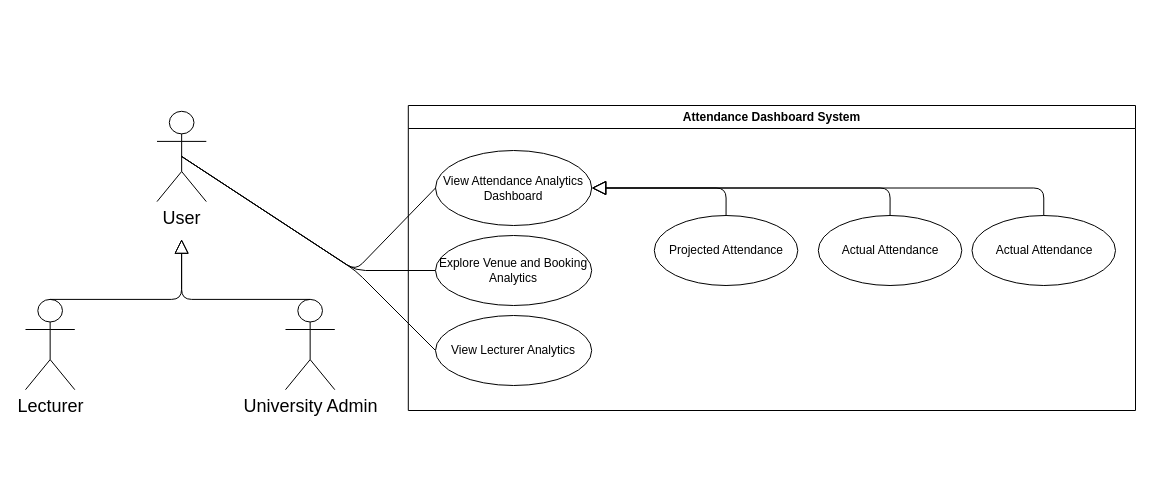
Before: page "Analytics_Dashboard" (8 of 16) of docs/diagrams/requirements/Requirements.drawio in COS301-SE-2026/UMTAS, a draw.io diagram. Source tidied: cells renumbered, new cells numbered last; positions are measured from the earlier drawing's top-left corner, leaving out a move shared by most shapes. Both pictures are drawn from the tidied source at 100%, with x=0, y=0 at pixel (25, 105).
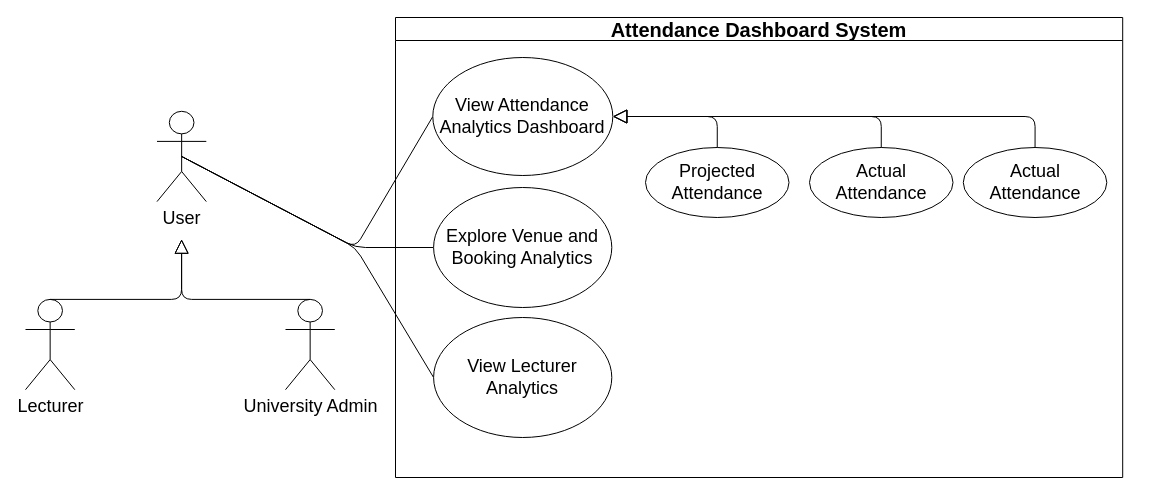
After the change.

Diff of the diagram source:
```diff
@@
-    <mxCell id="2" style="group;" parent="1" vertex="1">
-      <mxGeometry width="1110" height="305" as="geometry" />
-    </mxCell>
+    <mxCell id="21" style="group;" parent="1" vertex="1">
+      <mxGeometry y="-88" width="1097.2" height="460" as="geometry" />
+    </mxCell>
-    <mxCell id="3" style="endArrow=none;html=1;exitX=0.5;exitY=0.5;exitDx=0;exitDy=0;exitPerimeter=0;entryX=0;entryY=0.5;entryDx=0;entryDy=0;" parent="2" edge="1" source="6" target="13">
+    <mxCell id="3" style="endArrow=none;html=1;exitX=0.5;exitY=0.5;exitDx=0;exitDy=0;exitPerimeter=0;entryX=0;entryY=0.5;entryDx=0;entryDy=0;" parent="21" edge="1" source="6" target="13">
       <mxGeometry relative="1" as="geometry">
         <Array as="points">
-          <mxPoint x="330" y="165" />
+          <mxPoint x="330" y="230" />
         </Array>
       </mxGeometry>
     </mxCell>
-    <mxCell id="4" style="endArrow=none;html=1;exitX=0.5;exitY=0.5;exitDx=0;exitDy=0;exitPerimeter=0;entryX=0;entryY=0.5;entryDx=0;entryDy=0;" parent="2" edge="1" source="6" target="12">
+    <mxCell id="4" style="endArrow=none;html=1;exitX=0.5;exitY=0.5;exitDx=0;exitDy=0;exitPerimeter=0;entryX=0;entryY=0.5;entryDx=0;entryDy=0;" parent="21" edge="1" source="6" target="12">
       <mxGeometry relative="1" as="geometry">
         <Array as="points">
-          <mxPoint x="330" y="165" />
+          <mxPoint x="330" y="230" />
         </Array>
       </mxGeometry>
     </mxCell>
-    <mxCell id="5" style="endArrow=none;html=1;exitX=0.5;exitY=0.5;exitDx=0;exitDy=0;exitPerimeter=0;entryX=0;entryY=0.5;entryDx=0;entryDy=0;" parent="2" edge="1" source="6" target="14">
+    <mxCell id="5" style="endArrow=none;html=1;exitX=0.5;exitY=0.5;exitDx=0;exitDy=0;exitPerimeter=0;entryX=0;entryY=0.5;entryDx=0;entryDy=0;" parent="21" edge="1" source="6" target="14">
       <mxGeometry relative="1" as="geometry">
         <Array as="points">
-          <mxPoint x="330" y="165" />
+          <mxPoint x="330" y="230" />
         </Array>
       </mxGeometry>
     </mxCell>
-    <mxCell id="6" value="&lt;font style=&quot;font-size: 18px;&quot;&gt;User&lt;/font&gt;" style="shape=umlActor;verticalLabelPosition=bottom;verticalAlign=top;html=1;outlineConnect=0;" parent="2" vertex="1">
-      <mxGeometry x="131.5" y="5.8" width="49.3" height="90.3" as="geometry" />
+    <mxCell id="6" value="&lt;font style=&quot;font-size: 18px;&quot;&gt;User&lt;/font&gt;" style="shape=umlActor;verticalLabelPosition=bottom;verticalAlign=top;html=1;outlineConnect=0;" parent="21" vertex="1">
+      <mxGeometry x="131.5" y="93.8" width="49.3" height="90.3" as="geometry" />
     </mxCell>
-    <mxCell id="7" value="&lt;font style=&quot;font-size: 18px;&quot;&gt;Lecturer&lt;/font&gt;" style="shape=umlActor;verticalLabelPosition=bottom;verticalAlign=top;html=1;outlineConnect=0;" parent="2" vertex="1">
-      <mxGeometry y="193.9" width="49.3" height="90.3" as="geometry" />
+    <mxCell id="7" value="&lt;font style=&quot;font-size: 18px;&quot;&gt;Lecturer&lt;/font&gt;" style="shape=umlActor;verticalLabelPosition=bottom;verticalAlign=top;html=1;outlineConnect=0;" parent="21" vertex="1">
+      <mxGeometry y="281.9" width="49.3" height="90.3" as="geometry" />
     </mxCell>
-    <mxCell id="8" value="&lt;font style=&quot;font-size: 18px;&quot;&gt;University Admin&lt;/font&gt;" style="shape=umlActor;verticalLabelPosition=bottom;verticalAlign=top;html=1;outlineConnect=0;" parent="2" vertex="1">
-      <mxGeometry x="260" y="193.9" width="49.3" height="90.3" as="geometry" />
+    <mxCell id="8" value="&lt;font style=&quot;font-size: 18px;&quot;&gt;University Admin&lt;/font&gt;" style="shape=umlActor;verticalLabelPosition=bottom;verticalAlign=top;html=1;outlineConnect=0;" parent="21" vertex="1">
+      <mxGeometry x="260" y="281.9" width="49.3" height="90.3" as="geometry" />
     </mxCell>
-    <mxCell id="9" style="edgeStyle=none;html=1;endSize=12;endArrow=block;endFill=0;exitX=0.5;exitY=0;exitDx=0;exitDy=0;exitPerimeter=0;" parent="2" edge="1" source="7">
+    <mxCell id="9" style="edgeStyle=none;html=1;endSize=12;endArrow=block;endFill=0;exitX=0.5;exitY=0;exitDx=0;exitDy=0;exitPerimeter=0;" parent="21" edge="1" source="7">
       <mxGeometry relative="1" as="geometry">
-        <mxPoint x="156.1" y="133.7" as="targetPoint" />
+        <mxPoint x="156.1" y="221.7" as="targetPoint" />
         <Array as="points">
-          <mxPoint x="156.1" y="193.9" />
+          <mxPoint x="156.1" y="281.9" />
         </Array>
       </mxGeometry>
     </mxCell>
-    <mxCell id="10" style="edgeStyle=none;html=1;endSize=12;endArrow=block;endFill=0;exitX=0.5;exitY=0;exitDx=0;exitDy=0;exitPerimeter=0;" parent="2" edge="1" source="8">
+    <mxCell id="10" style="edgeStyle=none;html=1;endSize=12;endArrow=block;endFill=0;exitX=0.5;exitY=0;exitDx=0;exitDy=0;exitPerimeter=0;" parent="21" edge="1" source="8">
       <mxGeometry relative="1" as="geometry">
-        <mxPoint x="156.1" y="133.7" as="targetPoint" />
+        <mxPoint x="156.1" y="221.7" as="targetPoint" />
         <Array as="points">
-          <mxPoint x="156.1" y="193.9" />
+          <mxPoint x="156.1" y="281.9" />
         </Array>
       </mxGeometry>
     </mxCell>
-    <mxCell id="11" value="Attendance Dashboard System" style="swimlane;whiteSpace=wrap;html=1;startSize=23;" parent="2" vertex="1">
-      <mxGeometry x="382.8" width="727.2" height="305" as="geometry" />
+    <mxCell id="11" value="&lt;font style=&quot;font-size: 20px;&quot;&gt;Attendance Dashboard System&lt;/font&gt;" style="swimlane;whiteSpace=wrap;html=1;startSize=23;" parent="21" vertex="1">
+      <mxGeometry x="370" width="727.2" height="460" as="geometry" />
     </mxCell>
-    <mxCell id="12" value="View Attendance Analytics Dashboard" style="ellipse;whiteSpace=wrap;html=1;" parent="11" vertex="1">
-      <mxGeometry x="27.2" y="45" width="156.2" height="75" as="geometry" />
+    <mxCell id="12" value="&lt;font style=&quot;font-size: 18px;&quot;&gt;View Attendance Analytics Dashboard&lt;/font&gt;" style="ellipse;whiteSpace=wrap;html=1;" parent="11" vertex="1">
+      <mxGeometry x="37.3" y="40" width="180" height="118" as="geometry" />
     </mxCell>
-    <mxCell id="13" value="Explore Venue and Booking Analytics" style="ellipse;whiteSpace=wrap;html=1;" parent="11" vertex="1">
-      <mxGeometry x="27.2" y="130" width="156.2" height="70" as="geometry" />
+    <mxCell id="13" value="&lt;font style=&quot;font-size: 18px;&quot;&gt;Explore Venue and Booking Analytics&lt;/font&gt;" style="ellipse;whiteSpace=wrap;html=1;" parent="11" vertex="1">
+      <mxGeometry x="38.1" y="170" width="178.2" height="120" as="geometry" />
     </mxCell>
-    <mxCell id="14" value="View Lecturer Analytics" style="ellipse;whiteSpace=wrap;html=1;" parent="11" vertex="1">
-      <mxGeometry x="27.2" y="210" width="156.2" height="70" as="geometry" />
+    <mxCell id="14" value="&lt;font style=&quot;font-size: 18px;&quot;&gt;View Lecturer Analytics&lt;/font&gt;" style="ellipse;whiteSpace=wrap;html=1;" parent="11" vertex="1">
+      <mxGeometry x="38.1" y="300" width="178.2" height="120" as="geometry" />
     </mxCell>
-    <mxCell id="15" value="Projected Attendance" style="ellipse;whiteSpace=wrap;html=1;" parent="2" vertex="1">
-      <mxGeometry x="628.8" y="110" width="143.5" height="70" as="geometry" />
+    <mxCell id="15" value="&lt;font style=&quot;font-size: 18px;&quot;&gt;Projected Attendance&lt;/font&gt;" style="ellipse;whiteSpace=wrap;html=1;" parent="11" vertex="1">
+      <mxGeometry x="250" y="130" width="143.5" height="70" as="geometry" />
     </mxCell>
-    <mxCell id="16" value="Actual Attendance" style="ellipse;whiteSpace=wrap;html=1;" parent="2" vertex="1">
-      <mxGeometry x="792.8" y="110" width="143.5" height="70" as="geometry" />
+    <mxCell id="16" value="&lt;font style=&quot;font-size: 18px;&quot;&gt;Actual Attendance&lt;/font&gt;" style="ellipse;whiteSpace=wrap;html=1;" parent="11" vertex="1">
+      <mxGeometry x="414" y="130" width="143.5" height="70" as="geometry" />
     </mxCell>
+    <mxCell id="19" value="&lt;font style=&quot;font-size: 18px;&quot;&gt;Actual Attendance&lt;/font&gt;" style="ellipse;whiteSpace=wrap;html=1;" parent="11" vertex="1">
+      <mxGeometry x="567.8" y="130" width="143.5" height="70" as="geometry" />
+    </mxCell>
-    <mxCell id="17" style="edgeStyle=orthogonalEdgeStyle;html=1;endSize=12;endArrow=block;endFill=0;exitX=0.5;exitY=0;exitDx=0;exitDy=0;entryX=1;entryY=0.5;entryDx=0;entryDy=0;" parent="2" edge="1" source="15" target="12">
+    <mxCell id="17" style="edgeStyle=orthogonalEdgeStyle;html=1;endSize=12;endArrow=block;endFill=0;exitX=0.5;exitY=0;exitDx=0;exitDy=0;entryX=1;entryY=0.5;entryDx=0;entryDy=0;" parent="11" edge="1" source="15" target="12">
       <mxGeometry relative="1" as="geometry" />
     </mxCell>
-    <mxCell id="18" style="edgeStyle=orthogonalEdgeStyle;html=1;endSize=12;endArrow=block;endFill=0;exitX=0.5;exitY=0;exitDx=0;exitDy=0;entryX=1;entryY=0.5;entryDx=0;entryDy=0;" parent="2" edge="1" source="16" target="12">
+    <mxCell id="18" style="edgeStyle=orthogonalEdgeStyle;html=1;endSize=12;endArrow=block;endFill=0;exitX=0.5;exitY=0;exitDx=0;exitDy=0;entryX=1;entryY=0.5;entryDx=0;entryDy=0;" parent="11" edge="1" source="16" target="12">
       <mxGeometry relative="1" as="geometry" />
     </mxCell>
-    <mxCell id="19" value="Actual Attendance" style="ellipse;whiteSpace=wrap;html=1;" parent="2" vertex="1">
-      <mxGeometry x="946.5" y="110" width="143.5" height="70" as="geometry" />
-    </mxCell>
-    <mxCell id="20" style="edgeStyle=orthogonalEdgeStyle;html=1;endSize=12;endArrow=block;endFill=0;exitX=0.5;exitY=0;exitDx=0;exitDy=0;entryX=1;entryY=0.5;entryDx=0;entryDy=0;" parent="2" edge="1" source="19" target="12">
+    <mxCell id="20" style="edgeStyle=orthogonalEdgeStyle;html=1;endSize=12;endArrow=block;endFill=0;exitX=0.5;exitY=0;exitDx=0;exitDy=0;entryX=1;entryY=0.5;entryDx=0;entryDy=0;" parent="11" edge="1" source="19" target="12">
       <mxGeometry relative="1" as="geometry" />
     </mxCell>
```
